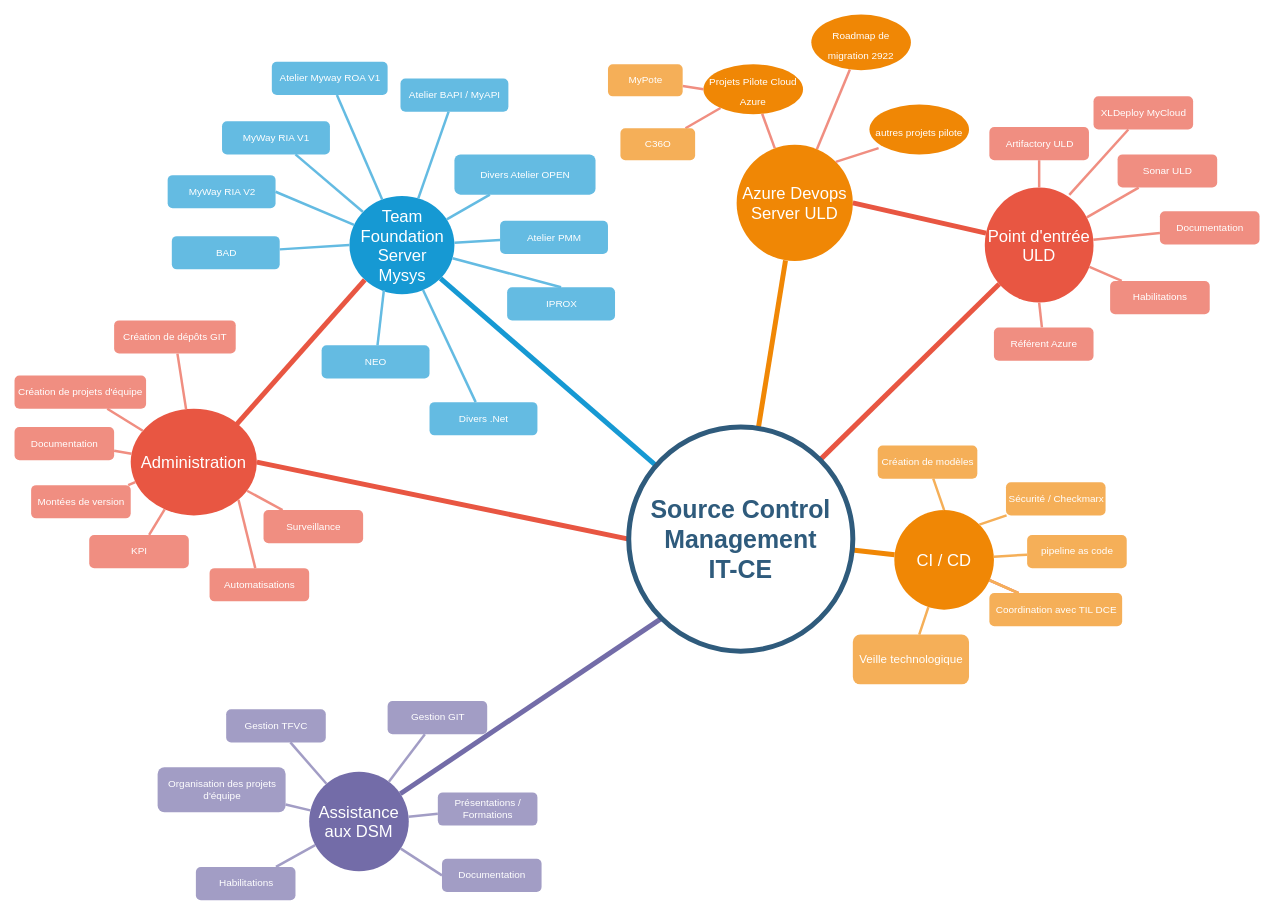
Above: tfs_presentation_maps.drawio in jmrablat/diagrams (draw.io), before the change. Source tidied: cells renumbered, new cells numbered last; positions are measured from the earlier drawing's top-left corner, leaving out a move shared by most shapes. Both pictures are drawn from the tidied source at 83%, with x=0, y=0 at pixel (14, 14).
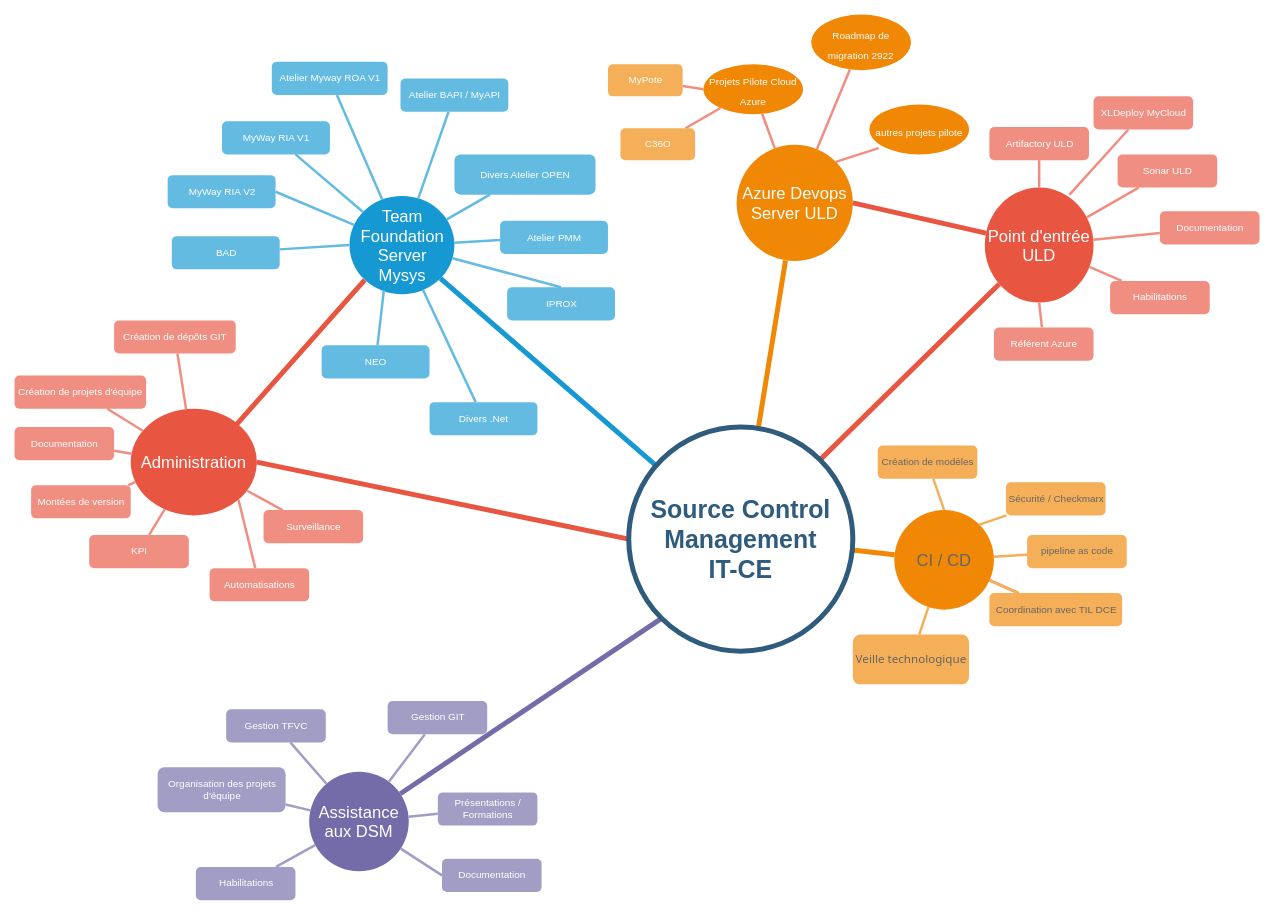
The same page after the edit.

Commit message:
changement couleur texte pour visibilite

Change to the diagram source:
```diff
@@
-    <mxCell id="10" value="CI /&amp;nbsp;CD" style="ellipse;whiteSpace=wrap;html=1;shadow=0;fontFamily=Helvetica;fontSize=20;fontColor=#FFFFFF;align=center;strokeWidth=3;fillColor=#F08705;strokeColor=none;" parent="1" vertex="1">
+    <mxCell id="10" value="&lt;font color=&quot;#666666&quot;&gt;CI /&amp;nbsp;CD&lt;/font&gt;" style="ellipse;whiteSpace=wrap;html=1;shadow=0;fontFamily=Helvetica;fontSize=20;fontColor=#FFFFFF;align=center;strokeWidth=3;fillColor=#F08705;strokeColor=none;" parent="1" vertex="1">
       <mxGeometry x="1060" y="597" width="120" height="120" as="geometry" />
     </mxCell>
@@
-    <mxCell id="42" value="Veille technologique" style="rounded=1;fillColor=#f5af58;strokeColor=none;strokeWidth=3;shadow=0;html=1;fontColor=#FFFFFF;fontSize=14;" parent="1" vertex="1">
+    <mxCell id="42" value="Veille technologique" style="rounded=1;fillColor=#f5af58;strokeColor=none;strokeWidth=3;shadow=0;html=1;fontColor=#666666;fontSize=14;fontFamily=Tahoma;" parent="1" vertex="1">
       <mxGeometry x="1010" y="747" width="140" height="60" as="geometry" />
     </mxCell>
-    <mxCell id="43" value="Coordination avec TIL DCE" style="rounded=1;fillColor=#f5af58;strokeColor=none;strokeWidth=3;shadow=0;html=1;fontColor=#FFFFFF;" parent="1" vertex="1">
+    <mxCell id="43" value="&lt;font color=&quot;#666666&quot;&gt;Coordination avec TIL DCE&lt;/font&gt;" style="rounded=1;fillColor=#f5af58;strokeColor=none;strokeWidth=3;shadow=0;html=1;fontColor=#FFFFFF;" parent="1" vertex="1">
       <mxGeometry x="1174.5" y="697" width="160" height="40" as="geometry" />
     </mxCell>
@@
-    <mxCell id="78" value="pipeline as code" style="rounded=1;fillColor=#f5af58;strokeColor=none;strokeWidth=3;shadow=0;html=1;fontColor=#FFFFFF;" parent="1" vertex="1">
+    <mxCell id="78" value="&lt;font color=&quot;#666666&quot;&gt;pipeline as code&lt;/font&gt;" style="rounded=1;fillColor=#f5af58;strokeColor=none;strokeWidth=3;shadow=0;html=1;fontColor=#FFFFFF;" parent="1" vertex="1">
       <mxGeometry x="1220" y="627" width="120" height="40" as="geometry" />
     </mxCell>
@@
-    <mxCell id="80" value="Création de modèles" style="rounded=1;fillColor=#f5af58;strokeColor=none;strokeWidth=3;shadow=0;html=1;fontColor=#FFFFFF;" parent="1" vertex="1">
+    <mxCell id="80" value="&lt;font color=&quot;#666666&quot;&gt;Création de modèles&lt;/font&gt;" style="rounded=1;fillColor=#f5af58;strokeColor=none;strokeWidth=3;shadow=0;html=1;fontColor=#FFFFFF;" parent="1" vertex="1">
       <mxGeometry x="1040" y="519.2" width="120" height="40" as="geometry" />
     </mxCell>
@@
-    <mxCell id="98" value="Sécurité / Checkmarx" style="rounded=1;fillColor=#f5af58;strokeColor=none;strokeWidth=3;shadow=0;html=1;fontColor=#FFFFFF;" parent="1" vertex="1">
+    <mxCell id="98" value="&lt;font color=&quot;#666666&quot;&gt;Sécurité / Checkmarx&lt;/font&gt;" style="rounded=1;fillColor=#f5af58;strokeColor=none;strokeWidth=3;shadow=0;html=1;fontColor=#FFFFFF;" parent="1" vertex="1">
       <mxGeometry x="1194.5" y="563.5" width="120" height="40" as="geometry" />
     </mxCell>
```
